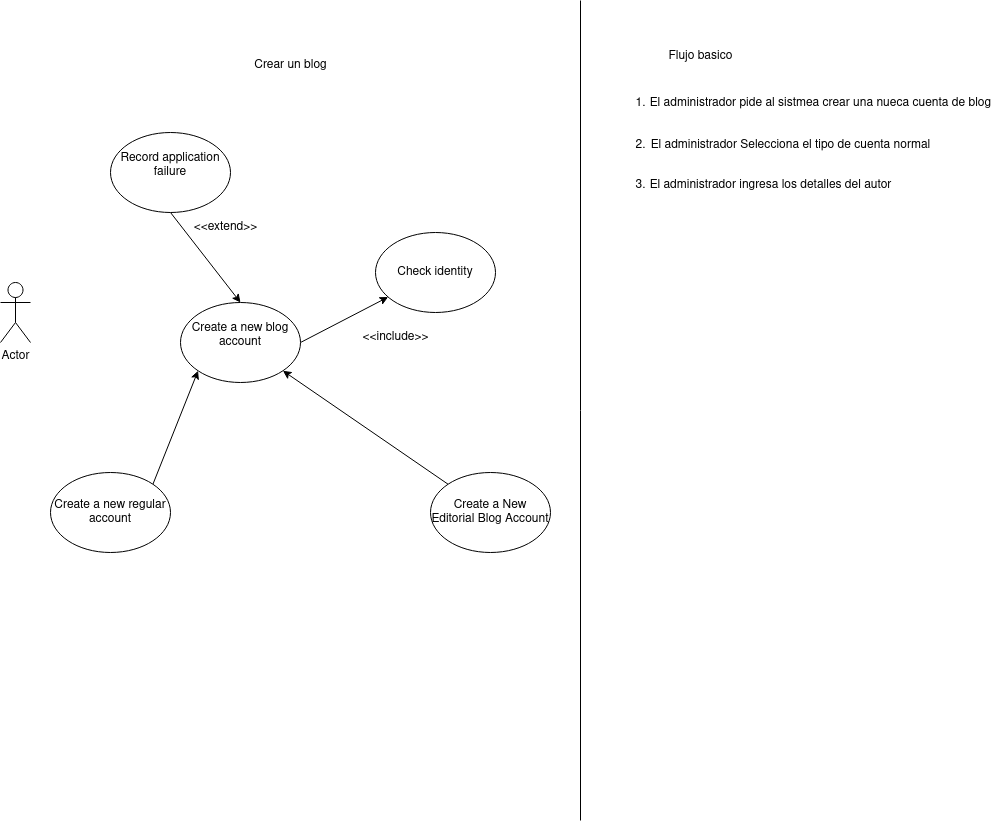
This is DSejemplo.drawio.png from GermanOjeda/Tarea-ETS, a draw.io export, as it was before one commit. Source tidied: cells renumbered, new cells last; positions are measured from the earlier drawing's top-left corner, leaving out a move shared by most shapes.
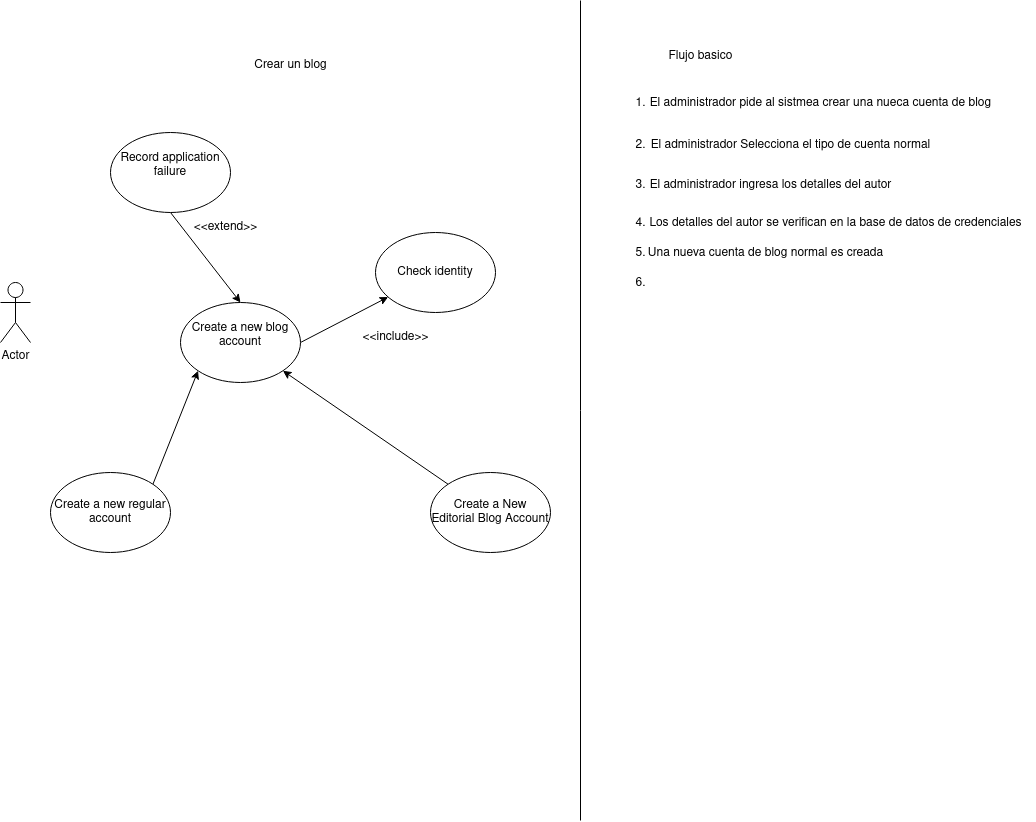
The same file after the commit.

The edit, as a diff of the source:
```diff
@@ -68,5 +68,20 @@
     <mxCell id="22" value="El administrador ingresa los detalles del autor" style="text;html=1;align=center;verticalAlign=middle;strokeColor=none;fillColor=none;" parent="1" vertex="1">
       <mxGeometry x="635" y="170" width="270" height="30" as="geometry" />
     </mxCell>
+    <mxCell id="23" value="4." style="text;html=1;align=center;verticalAlign=middle;strokeColor=none;fillColor=none;" parent="1" vertex="1">
+      <mxGeometry x="625" y="208" width="30" height="30" as="geometry" />
+    </mxCell>
+    <mxCell id="24" value="Los detalles del autor se verifican en la base de datos de credenciales" style="text;html=1;align=center;verticalAlign=middle;strokeColor=none;fillColor=none;" parent="1" vertex="1">
+      <mxGeometry x="635" y="208" width="400" height="30" as="geometry" />
+    </mxCell>
+    <mxCell id="25" value="5." style="text;html=1;align=center;verticalAlign=middle;strokeColor=none;fillColor=none;" parent="1" vertex="1">
+      <mxGeometry x="625" y="238" width="30" height="30" as="geometry" />
+    </mxCell>
+    <mxCell id="26" value="Una nueva cuenta de blog normal es creada" style="text;html=1;align=center;verticalAlign=middle;strokeColor=none;fillColor=none;" parent="1" vertex="1">
+      <mxGeometry x="635" y="238" width="260" height="30" as="geometry" />
+    </mxCell>
+    <mxCell id="27" value="6." style="text;html=1;align=center;verticalAlign=middle;strokeColor=none;fillColor=none;" parent="1" vertex="1">
+      <mxGeometry x="625" y="268" width="30" height="30" as="geometry" />
+    </mxCell>
   </root>
 </mxGraphModel>
```
